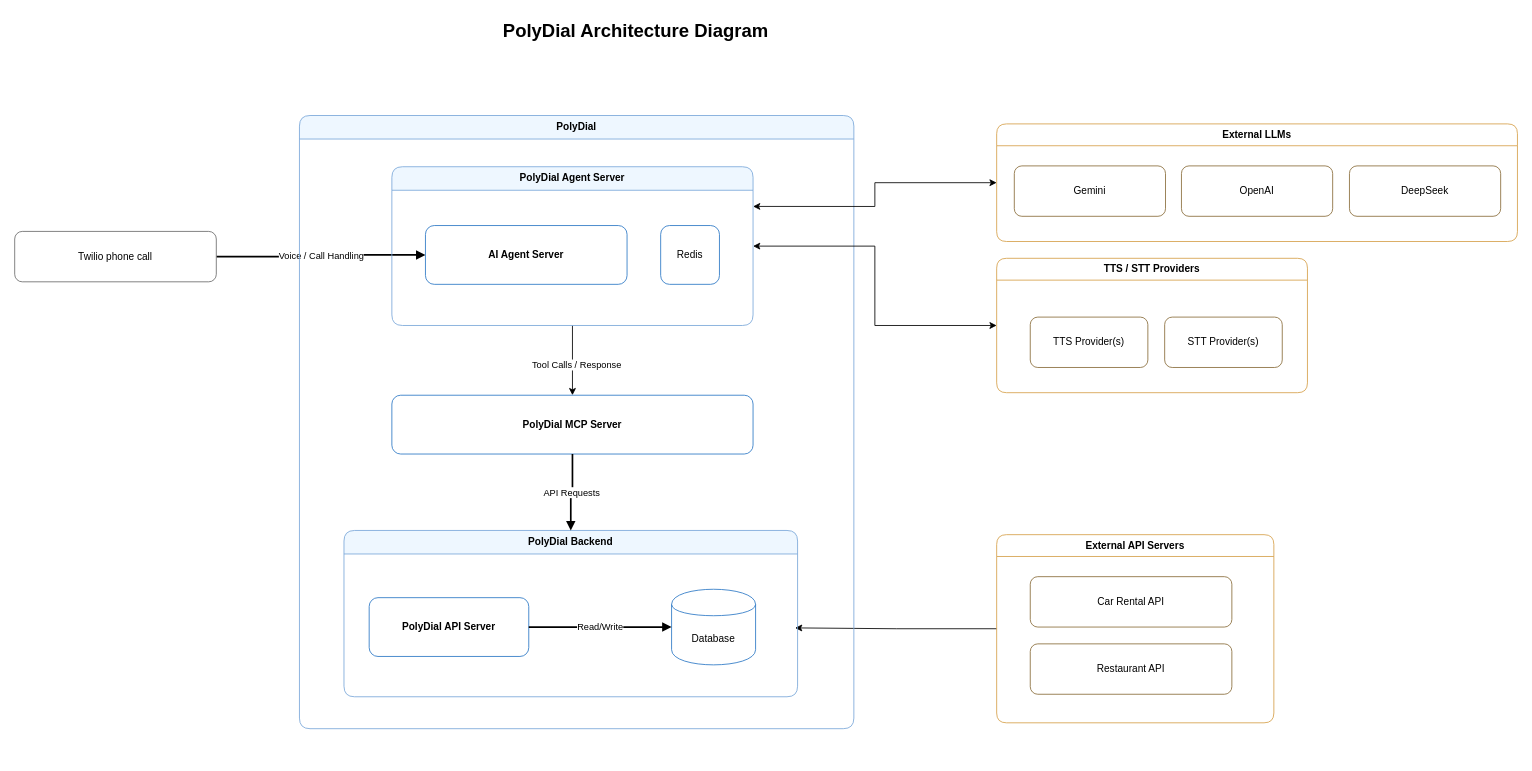
The draw.io diagram polydial-archetecture-diagrams/PloyDial-arch.drawio in hmaghaw/appointment_system, before the edit. Source tidied: cells renumbered, new cells numbered last; positions are measured from the earlier drawing's top-left corner, leaving out a move shared by most shapes. Both pictures are drawn from the tidied source at 84%, with x=0, y=0 at pixel (14, 14).
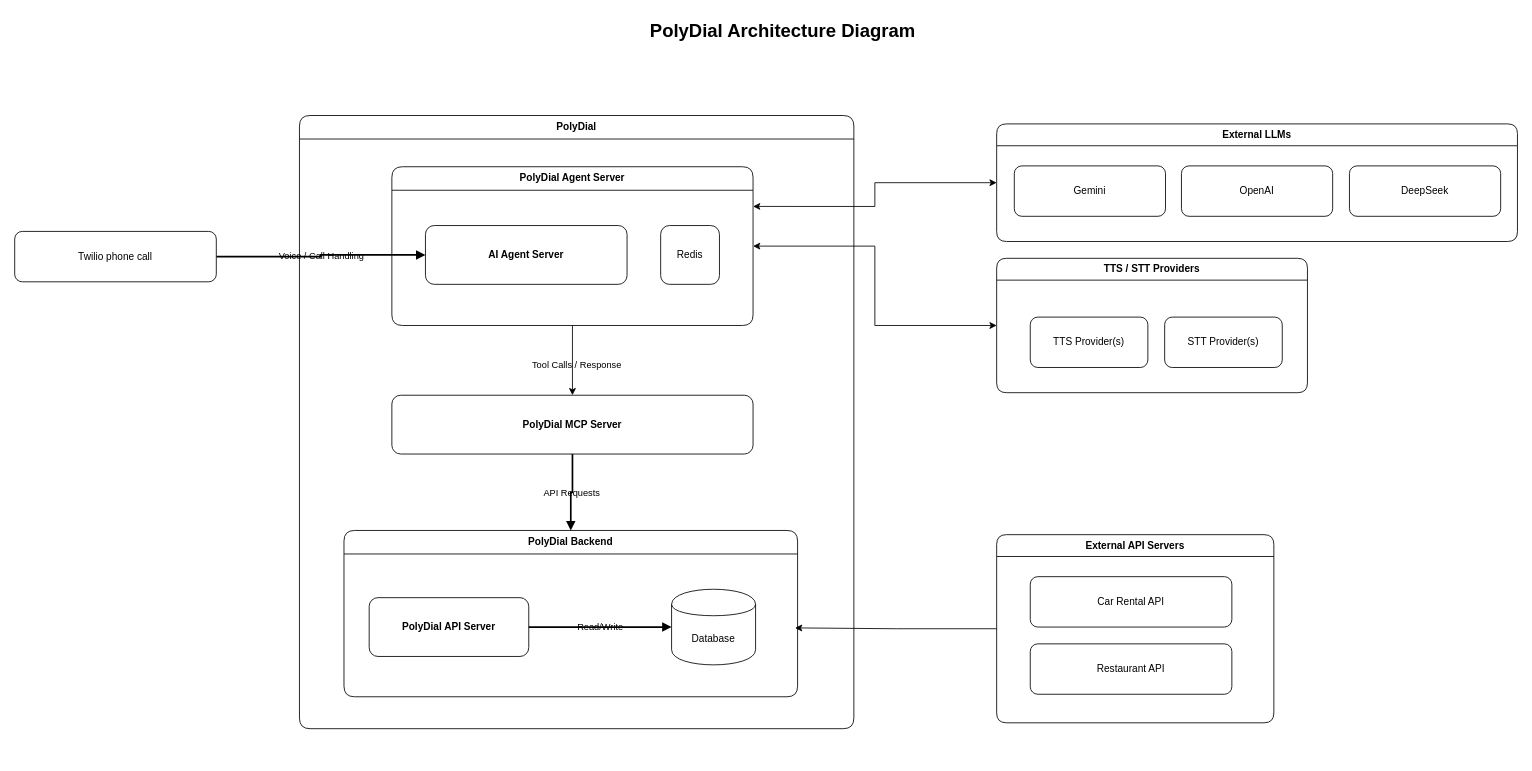
The same page after the edit.

Commit message:
PloyDial Architecture 3

The edit, as a diff of the source:
```diff
@@
-    <mxCell id="2" value="PolyDial Architecture Diagram" style="text;html=1;strokeColor=none;fillColor=none;align=center;verticalAlign=middle;fontSize=22;fontStyle=1;" parent="1" vertex="1">
-      <mxGeometry x="49" width="1380" height="40" as="geometry" />
+    <mxCell id="2" value="PolyDial Architecture Diagram" style="text;html=1;strokeColor=none;fillColor=none;align=center;verticalAlign=middle;fontSize=22;fontStyle=1;labelBackgroundColor=none;" parent="1" vertex="1">
+      <mxGeometry x="49" width="1730" height="40" as="geometry" />
     </mxCell>
-    <mxCell id="3" value="Voice / Call Handling" style="edgeStyle=orthogonalEdgeStyle;rounded=0;jettySize=auto;html=1;endArrow=block;endFill=1;strokeWidth=2;entryX=0;entryY=0.5;entryDx=0;entryDy=0;" parent="1" edge="1" source="8" target="13">
+    <mxCell id="3" value="Voice / Call Handling" style="edgeStyle=orthogonalEdgeStyle;rounded=0;jettySize=auto;html=1;endArrow=block;endFill=1;strokeWidth=2;entryX=0;entryY=0.5;entryDx=0;entryDy=0;labelBackgroundColor=none;fontColor=default;" parent="1" edge="1" source="8" target="13">
       <mxGeometry relative="1" as="geometry" />
     </mxCell>
-    <mxCell id="4" style="edgeStyle=orthogonalEdgeStyle;rounded=0;jettySize=auto;html=1;" parent="1" edge="1" source="5">
+    <mxCell id="4" style="edgeStyle=orthogonalEdgeStyle;rounded=0;jettySize=auto;html=1;labelBackgroundColor=none;fontColor=default;" parent="1" edge="1" source="5">
       <mxGeometry relative="1" as="geometry">
         <mxPoint x="929" y="730" as="targetPoint" />
       </mxGeometry>
     </mxCell>
-    <mxCell id="5" value="External API Servers" style="swimlane;html=1;rounded=1;whiteSpace=wrap;startSize=26;fillColor=#ffffff;strokeColor=#d6a04a;fontStyle=1;" parent="1" vertex="1">
+    <mxCell id="5" value="External API Servers" style="swimlane;html=1;rounded=1;whiteSpace=wrap;startSize=26;fontStyle=1;labelBackgroundColor=none;" parent="1" vertex="1">
       <mxGeometry x="1169" y="619" width="330" height="224" as="geometry" />
     </mxCell>
-    <mxCell id="6" value="Car Rental API" style="rounded=1;whiteSpace=wrap;html=1;fillColor=#ffffff;strokeColor=#8a6d3b;" parent="5" vertex="1">
+    <mxCell id="6" value="Car Rental API" style="rounded=1;whiteSpace=wrap;html=1;labelBackgroundColor=none;" parent="5" vertex="1">
       <mxGeometry x="40" y="50" width="240" height="60" as="geometry" />
     </mxCell>
-    <mxCell id="7" value="Restaurant API" style="rounded=1;whiteSpace=wrap;html=1;fillColor=#ffffff;strokeColor=#8a6d3b;" parent="5" vertex="1">
+    <mxCell id="7" value="Restaurant API" style="rounded=1;whiteSpace=wrap;html=1;labelBackgroundColor=none;" parent="5" vertex="1">
       <mxGeometry x="40" y="130" width="240" height="60" as="geometry" />
     </mxCell>
-    <mxCell id="8" value="Twilio phone call" style="rounded=1;whiteSpace=wrap;html=1;fillColor=#ffffff;strokeColor=#6c6c6c;" parent="1" vertex="1">
+    <mxCell id="8" value="Twilio phone call" style="rounded=1;whiteSpace=wrap;html=1;labelBackgroundColor=none;" parent="1" vertex="1">
       <mxGeometry y="258" width="240" height="60" as="geometry" />
     </mxCell>
-    <mxCell id="9" value="PolyDial" style="swimlane;html=1;rounded=1;whiteSpace=wrap;startSize=28;fillColor=#eef7ff;strokeColor=#7aa7d9;fontStyle=1;" parent="1" vertex="1">
+    <mxCell id="9" value="PolyDial" style="swimlane;html=1;rounded=1;whiteSpace=wrap;startSize=28;fontStyle=1;labelBackgroundColor=none;" parent="1" vertex="1">
       <mxGeometry x="339" y="120" width="660" height="730" as="geometry" />
     </mxCell>
-    <mxCell id="10" style="edgeStyle=orthogonalEdgeStyle;rounded=0;jettySize=auto;html=1;exitX=0.5;exitY=1;exitDx=0;exitDy=0;" parent="9" edge="1" source="12" target="15">
+    <mxCell id="10" style="edgeStyle=orthogonalEdgeStyle;rounded=0;jettySize=auto;html=1;exitX=0.5;exitY=1;exitDx=0;exitDy=0;labelBackgroundColor=none;fontColor=default;" parent="9" edge="1" source="12" target="15">
       <mxGeometry relative="1" as="geometry" />
     </mxCell>
-    <mxCell id="11" value="Tool Calls / Response" style="edgeLabel;html=1;align=center;verticalAlign=middle;" parent="10" vertex="1">
+    <mxCell id="11" value="Tool Calls / Response" style="edgeLabel;html=1;align=center;verticalAlign=middle;labelBackgroundColor=none;" parent="10" vertex="1">
       <mxGeometry x="0.11" y="4" relative="1" as="geometry" />
     </mxCell>
-    <mxCell id="12" value="PolyDial Agent Server" style="swimlane;html=1;rounded=1;whiteSpace=wrap;startSize=28;fillColor=#eef7ff;strokeColor=#7aa7d9;fontStyle=1;" parent="9" vertex="1">
+    <mxCell id="12" value="PolyDial Agent Server" style="swimlane;html=1;rounded=1;whiteSpace=wrap;startSize=28;fontStyle=1;labelBackgroundColor=none;" parent="9" vertex="1">
       <mxGeometry x="110" y="61" width="430" height="189" as="geometry" />
     </mxCell>
-    <mxCell id="13" value="AI Agent Server" style="rounded=1;whiteSpace=wrap;html=1;fillColor=#ffffff;strokeColor=#2b78c5;fontStyle=1;" parent="12" vertex="1">
+    <mxCell id="13" value="AI Agent Server" style="rounded=1;whiteSpace=wrap;html=1;fontStyle=1;labelBackgroundColor=none;" parent="12" vertex="1">
       <mxGeometry x="40" y="70" width="240" height="70" as="geometry" />
     </mxCell>
-    <mxCell id="14" value="Redis" style="rounded=1;whiteSpace=wrap;html=1;fillColor=#ffffff;strokeColor=#2b78c5;" parent="12" vertex="1">
+    <mxCell id="14" value="Redis" style="rounded=1;whiteSpace=wrap;html=1;labelBackgroundColor=none;" parent="12" vertex="1">
       <mxGeometry x="320" y="70" width="70" height="70" as="geometry" />
     </mxCell>
-    <mxCell id="15" value="PolyDial MCP Server" style="rounded=1;whiteSpace=wrap;html=1;fillColor=#ffffff;strokeColor=#2b78c5;fontStyle=1;" parent="9" vertex="1">
+    <mxCell id="15" value="PolyDial MCP Server" style="rounded=1;whiteSpace=wrap;html=1;fontStyle=1;labelBackgroundColor=none;" parent="9" vertex="1">
       <mxGeometry x="110" y="333" width="430" height="70" as="geometry" />
     </mxCell>
-    <mxCell id="16" value="PolyDial Backend" style="swimlane;html=1;rounded=1;whiteSpace=wrap;startSize=28;fillColor=#eef7ff;strokeColor=#7aa7d9;fontStyle=1;" parent="9" vertex="1">
+    <mxCell id="16" value="PolyDial Backend" style="swimlane;html=1;rounded=1;whiteSpace=wrap;startSize=28;fontStyle=1;labelBackgroundColor=none;" parent="9" vertex="1">
       <mxGeometry x="53" y="494" width="540" height="198" as="geometry" />
     </mxCell>
-    <mxCell id="17" style="group;" parent="16" vertex="1">
+    <mxCell id="17" style="group;labelBackgroundColor=none;" parent="16" vertex="1">
       <mxGeometry x="50" y="80" width="443" height="190" as="geometry" />
     </mxCell>
-    <mxCell id="18" value="PolyDial API Server" style="rounded=1;whiteSpace=wrap;html=1;fillColor=#ffffff;strokeColor=#2b78c5;fontStyle=1;" parent="17" vertex="1">
+    <mxCell id="18" value="PolyDial API Server" style="rounded=1;whiteSpace=wrap;html=1;fontStyle=1;labelBackgroundColor=none;" parent="17" vertex="1">
       <mxGeometry x="-20" width="190" height="70" as="geometry" />
     </mxCell>
-    <mxCell id="19" value="Database" style="shape=cylinder;whiteSpace=wrap;html=1;boundedLbl=1;fillColor=#ffffff;strokeColor=#2b78c5;" parent="17" vertex="1">
+    <mxCell id="19" value="Database" style="shape=cylinder;whiteSpace=wrap;html=1;boundedLbl=1;labelBackgroundColor=none;" parent="17" vertex="1">
       <mxGeometry x="340" y="-10" width="100" height="90" as="geometry" />
     </mxCell>
-    <mxCell id="20" value="Read/Write" style="edgeStyle=orthogonalEdgeStyle;rounded=0;jettySize=auto;html=1;endArrow=block;endFill=1;strokeWidth=2;" parent="17" edge="1" source="18" target="19">
+    <mxCell id="20" value="Read/Write" style="edgeStyle=orthogonalEdgeStyle;rounded=0;jettySize=auto;html=1;endArrow=block;endFill=1;strokeWidth=2;labelBackgroundColor=none;fontColor=default;" parent="17" edge="1" source="18" target="19">
       <mxGeometry relative="1" as="geometry" />
     </mxCell>
-    <mxCell id="21" value="API Requests" style="edgeStyle=orthogonalEdgeStyle;rounded=0;jettySize=auto;html=1;endArrow=block;endFill=1;strokeWidth=2;" parent="9" edge="1" source="15" target="16">
+    <mxCell id="21" value="API Requests" style="edgeStyle=orthogonalEdgeStyle;rounded=0;jettySize=auto;html=1;endArrow=block;endFill=1;strokeWidth=2;labelBackgroundColor=none;fontColor=default;" parent="9" edge="1" source="15" target="16">
       <mxGeometry relative="1" as="geometry" />
     </mxCell>
-    <mxCell id="22" value="External LLMs" style="swimlane;html=1;rounded=1;whiteSpace=wrap;startSize=26;fillColor=#ffffff;strokeColor=#d6a04a;fontStyle=1;" parent="1" vertex="1">
+    <mxCell id="22" value="External LLMs" style="swimlane;html=1;rounded=1;whiteSpace=wrap;startSize=26;fontStyle=1;labelBackgroundColor=none;" parent="1" vertex="1">
       <mxGeometry x="1169" y="130" width="620" height="140" as="geometry" />
     </mxCell>
-    <mxCell id="23" value="OpenAI" style="rounded=1;whiteSpace=wrap;html=1;fillColor=#ffffff;strokeColor=#8a6d3b;" parent="22" vertex="1">
+    <mxCell id="23" value="OpenAI" style="rounded=1;whiteSpace=wrap;html=1;labelBackgroundColor=none;" parent="22" vertex="1">
       <mxGeometry x="220" y="50" width="180" height="60" as="geometry" />
     </mxCell>
-    <mxCell id="24" value="Gemini" style="rounded=1;whiteSpace=wrap;html=1;fillColor=#ffffff;strokeColor=#8a6d3b;" parent="22" vertex="1">
+    <mxCell id="24" value="Gemini" style="rounded=1;whiteSpace=wrap;html=1;labelBackgroundColor=none;" parent="22" vertex="1">
       <mxGeometry x="21" y="50" width="180" height="60" as="geometry" />
     </mxCell>
-    <mxCell id="25" value="DeepSeek" style="rounded=1;whiteSpace=wrap;html=1;fillColor=#ffffff;strokeColor=#8a6d3b;" parent="22" vertex="1">
+    <mxCell id="25" value="DeepSeek" style="rounded=1;whiteSpace=wrap;html=1;labelBackgroundColor=none;" parent="22" vertex="1">
       <mxGeometry x="420" y="50" width="180" height="60" as="geometry" />
     </mxCell>
-    <mxCell id="26" value="TTS / STT Providers" style="swimlane;html=1;rounded=1;whiteSpace=wrap;startSize=26;fillColor=#ffffff;strokeColor=#d6a04a;fontStyle=1;" parent="1" vertex="1">
+    <mxCell id="26" value="TTS / STT Providers" style="swimlane;html=1;rounded=1;whiteSpace=wrap;startSize=26;fontStyle=1;labelBackgroundColor=none;" parent="1" vertex="1">
       <mxGeometry x="1169" y="290" width="370" height="160" as="geometry" />
     </mxCell>
-    <mxCell id="27" value="TTS Provider(s)" style="rounded=1;whiteSpace=wrap;html=1;fillColor=#ffffff;strokeColor=#8a6d3b;" parent="26" vertex="1">
+    <mxCell id="27" value="TTS Provider(s)" style="rounded=1;whiteSpace=wrap;html=1;labelBackgroundColor=none;" parent="26" vertex="1">
       <mxGeometry x="40" y="70" width="140" height="60" as="geometry" />
     </mxCell>
-    <mxCell id="28" value="STT Provider(s)" style="rounded=1;whiteSpace=wrap;html=1;fillColor=#ffffff;strokeColor=#8a6d3b;" parent="26" vertex="1">
+    <mxCell id="28" value="STT Provider(s)" style="rounded=1;whiteSpace=wrap;html=1;labelBackgroundColor=none;" parent="26" vertex="1">
       <mxGeometry x="200" y="70" width="140" height="60" as="geometry" />
     </mxCell>
-    <mxCell id="29" style="edgeStyle=orthogonalEdgeStyle;rounded=0;jettySize=auto;html=1;exitX=1;exitY=0.25;exitDx=0;exitDy=0;entryX=0;entryY=0.5;entryDx=0;entryDy=0;startArrow=classic;startFill=1;" parent="1" edge="1" source="12" target="22">
+    <mxCell id="29" style="edgeStyle=orthogonalEdgeStyle;rounded=0;jettySize=auto;html=1;exitX=1;exitY=0.25;exitDx=0;exitDy=0;entryX=0;entryY=0.5;entryDx=0;entryDy=0;startArrow=classic;startFill=1;labelBackgroundColor=none;fontColor=default;" parent="1" edge="1" source="12" target="22">
       <mxGeometry relative="1" as="geometry" />
     </mxCell>
-    <mxCell id="30" style="edgeStyle=orthogonalEdgeStyle;rounded=0;jettySize=auto;html=1;exitX=1;exitY=0.5;exitDx=0;exitDy=0;entryX=0;entryY=0.5;entryDx=0;entryDy=0;startArrow=classic;startFill=1;" parent="1" edge="1" source="12" target="26">
+    <mxCell id="30" style="edgeStyle=orthogonalEdgeStyle;rounded=0;jettySize=auto;html=1;exitX=1;exitY=0.5;exitDx=0;exitDy=0;entryX=0;entryY=0.5;entryDx=0;entryDy=0;startArrow=classic;startFill=1;labelBackgroundColor=none;fontColor=default;" parent="1" edge="1" source="12" target="26">
       <mxGeometry relative="1" as="geometry" />
     </mxCell>
```
